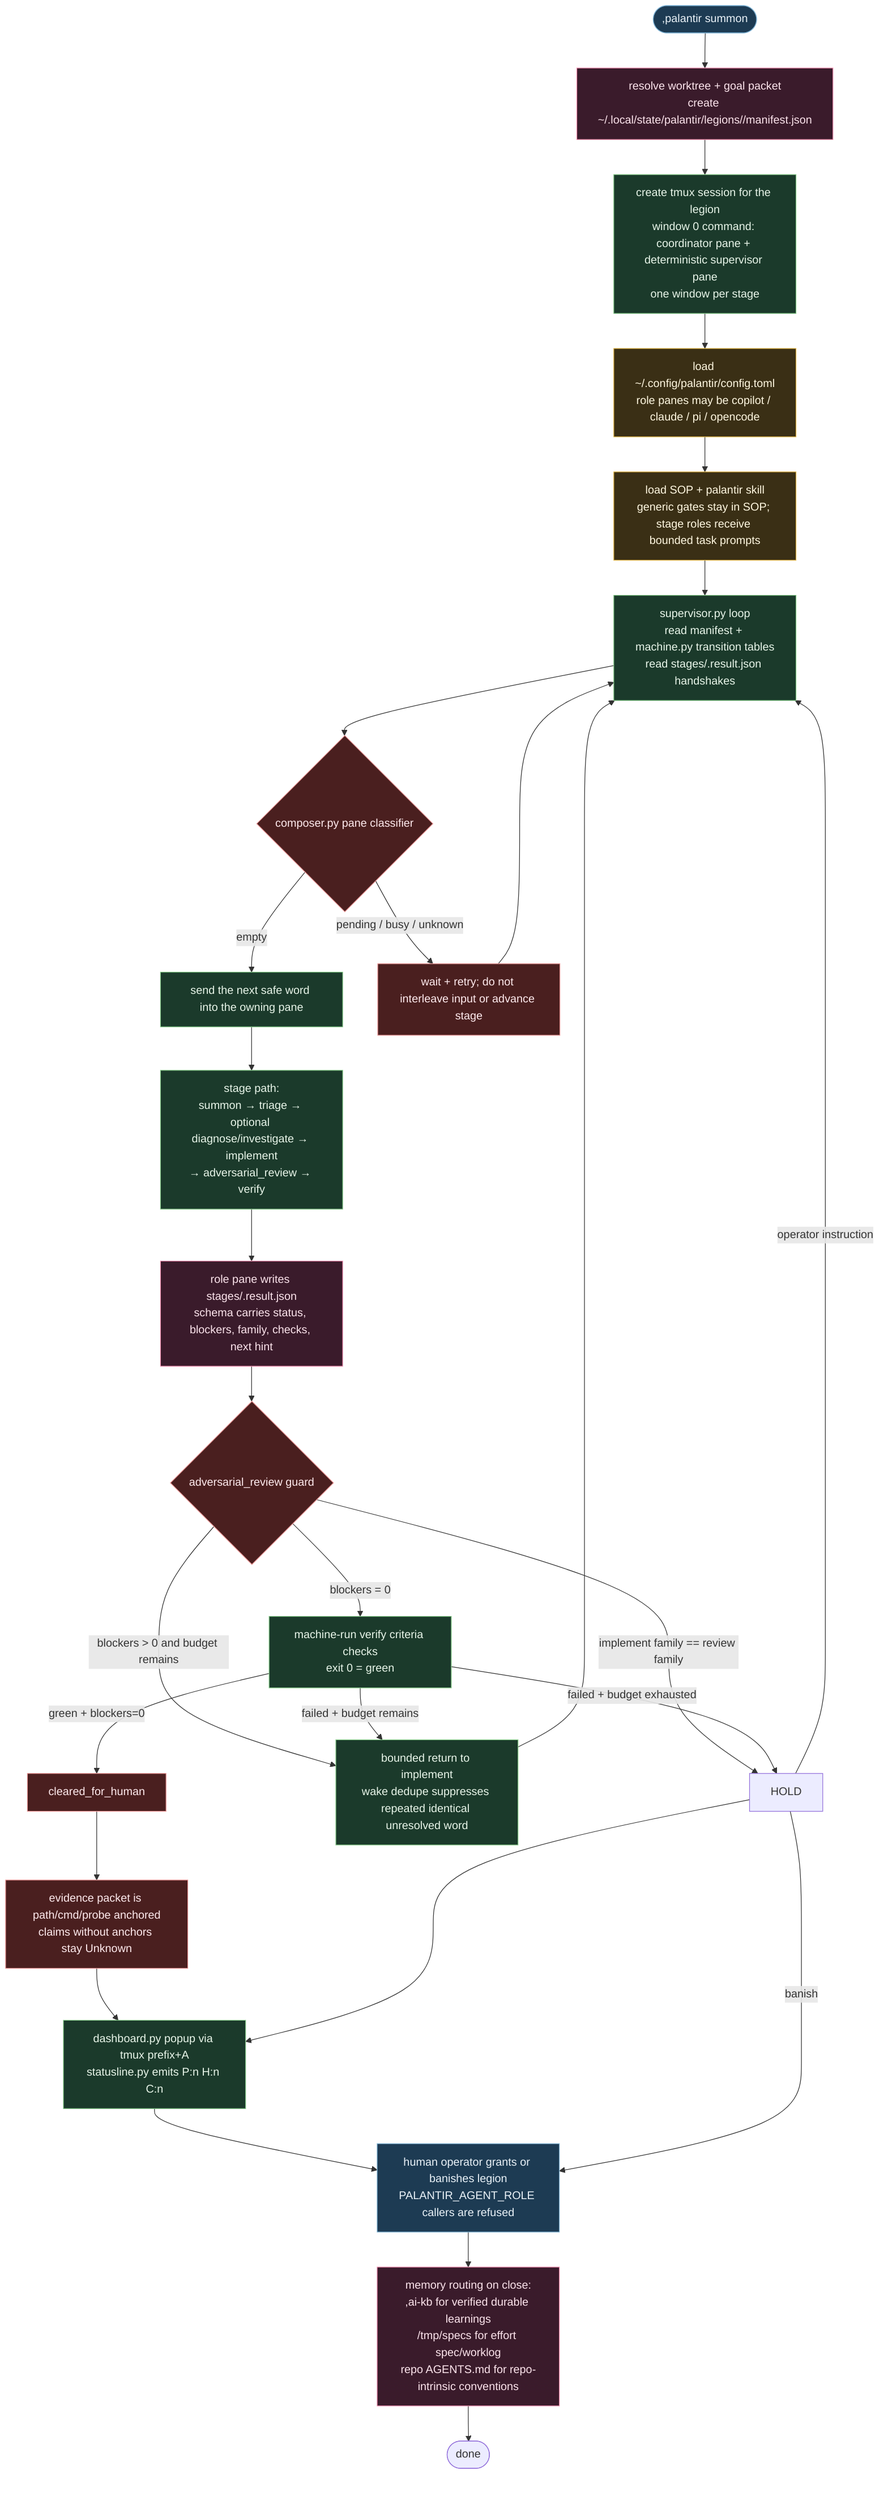
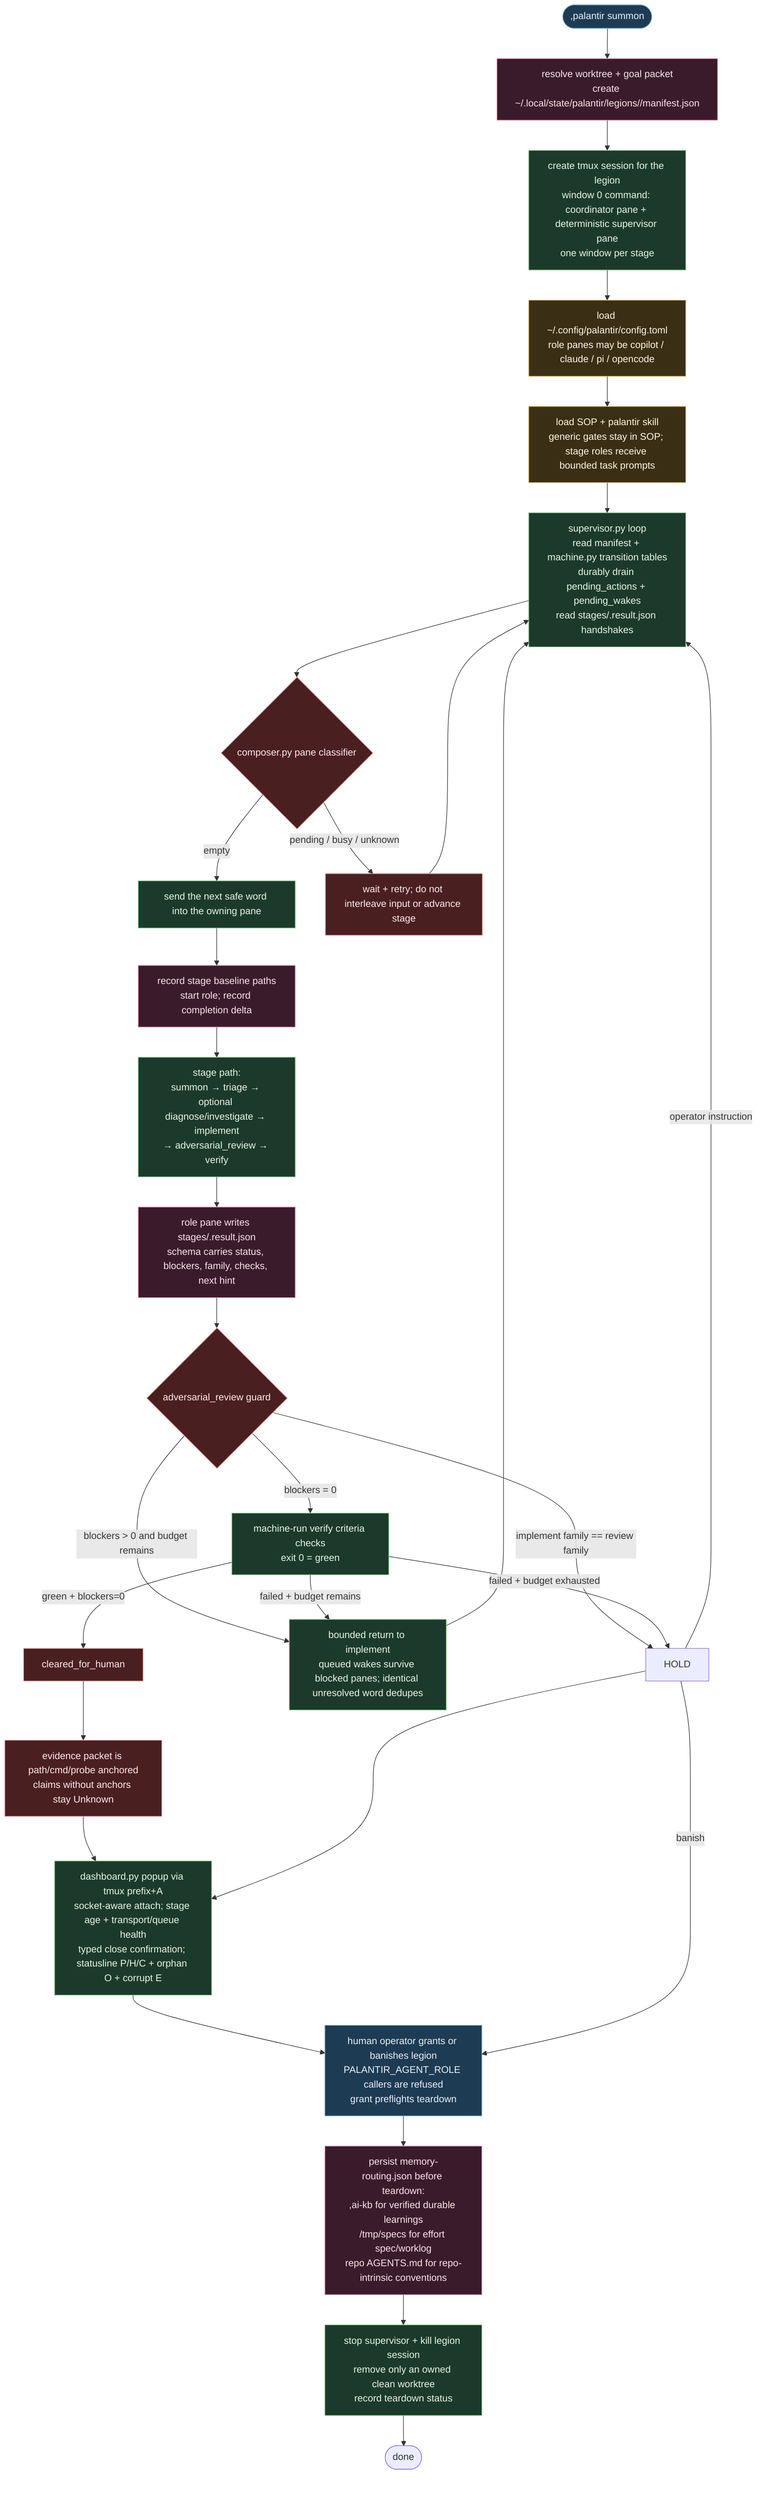
%% ============================================================================
%% S2-flow-agent-runtime.mmd — FLOW: Palantir legion runtime.
%% Traces one effort from summon through staged agent panes, deterministic
%% supervisor transitions, adversarial review, verify, human-ready handoff, and
%% memory routing. Realizes C7, C8, C11, C12, C13. (drill: 03, 03b, 04, 12)
%% ============================================================================
flowchart TB
    classDef in fill:#1d3b53,stroke:#7fb3d5,color:#eaf2f8;
    classDef gov fill:#3a2f15,stroke:#e0b341,color:#fff8e1;
    classDef loop fill:#1b3a2b,stroke:#81c784,color:#e8f5e9;
    classDef gate fill:#4a1f1f,stroke:#ef9a9a,color:#ffebee;
    classDef mem fill:#3a1b2b,stroke:#f48fb1,color:#fce4ec;

    START([",palantir summon <goal>"]):::in
    START --> SPEC["resolve worktree + goal packet<br/>create ~/.local/state/palantir/legions/<id>/manifest.json"]:::mem
    SPEC --> TMUX["create tmux session for the legion<br/>window 0 command: coordinator pane + deterministic supervisor pane<br/>one window per stage"]:::loop
    TMUX --> CFG["load ~/.config/palantir/config.toml<br/>role panes may be copilot / claude / pi / opencode"]:::gov
    CFG --> GOV["load SOP + palantir skill<br/>generic gates stay in SOP; stage roles receive bounded task prompts"]:::gov

-     GOV --> SUP["supervisor.py loop<br/>read manifest + machine.py transition tables<br/>read stages/<stage>.result.json handshakes"]:::loop
+     GOV --> SUP["supervisor.py loop<br/>read manifest + machine.py transition tables<br/>durably drain pending_actions + pending_wakes<br/>read stages/<stage>.result.json handshakes"]:::loop
    SUP --> COMPOSER{"composer.py pane classifier"}:::gate
    COMPOSER -->|empty| INJECT["send the next safe word into the owning pane"]:::loop
    COMPOSER -->|pending / busy / unknown| WAIT["wait + retry; do not interleave input or advance stage"]:::gate
    WAIT --> SUP
-     INJECT --> STAGE
+     INJECT --> SNAP["record stage baseline paths<br/>start role; record completion delta"]:::mem
+     SNAP --> STAGE

    STAGE["stage path:<br/>summon → triage → optional diagnose/investigate → implement<br/>→ adversarial_review → verify"]:::loop
    STAGE --> HANDSHAKE["role pane writes stages/<stage>.result.json<br/>schema carries status, blockers, family, checks, next hint"]:::mem
    HANDSHAKE --> REVIEW{"adversarial_review guard"}:::gate
    REVIEW -->|implement family == review family| HOLD
-     REVIEW -->|blockers > 0 and budget remains| RENUDGE["bounded return to implement<br/>wake dedupe suppresses repeated identical unresolved word"]:::loop
-     RENUDGE --> SUP
+     REVIEW -->|blockers > 0 and budget remains| RETURNS["bounded return to implement<br/>queued wakes survive blocked panes; identical unresolved word dedupes"]:::loop
+     RETURNS --> SUP
    REVIEW -->|blockers = 0| VERIFY

    VERIFY["machine-run verify criteria checks<br/>exit 0 = green"]:::loop
    VERIFY -->|green + blockers=0| READY["cleared_for_human"]:::gate
-     VERIFY -->|failed + budget remains| RENUDGE
+     VERIFY -->|failed + budget remains| RETURNS
    VERIFY -->|failed + budget exhausted| HOLD

    READY --> PROOF["evidence packet is path/cmd/probe anchored<br/>claims without anchors stay Unknown"]:::gate
-     PROOF --> DASH["dashboard.py popup via tmux prefix+A<br/>statusline.py emits P:n H:n C:n"]:::loop
-     DASH --> CLOSE["human operator grants or banishes legion<br/>PALANTIR_AGENT_ROLE callers are refused"]:::in
-     CLOSE --> MEMORY["memory routing on close:<br/>,ai-kb for verified durable learnings<br/>/tmp/specs for effort spec/worklog<br/>repo AGENTS.md for repo-intrinsic conventions"]:::mem
-     MEMORY --> DONE(["done"])
+     PROOF --> DASH["dashboard.py popup via tmux prefix+A<br/>socket-aware attach; stage age + transport/queue health<br/>typed close confirmation; statusline P/H/C + orphan O + corrupt E"]:::loop
+     DASH --> CLOSE["human operator grants or banishes legion<br/>PALANTIR_AGENT_ROLE callers are refused<br/>grant preflights teardown"]:::in
+     CLOSE --> MEMORY["persist memory-routing.json before teardown:<br/>,ai-kb for verified durable learnings<br/>/tmp/specs for effort spec/worklog<br/>repo AGENTS.md for repo-intrinsic conventions"]:::mem
+     MEMORY --> TEARDOWN["stop supervisor + kill legion session<br/>remove only an owned clean worktree<br/>record teardown status"]:::loop
+     TEARDOWN --> DONE(["done"])

    HOLD --> DASH
    HOLD -->|operator instruction| SUP
    HOLD -->|banish| CLOSE
